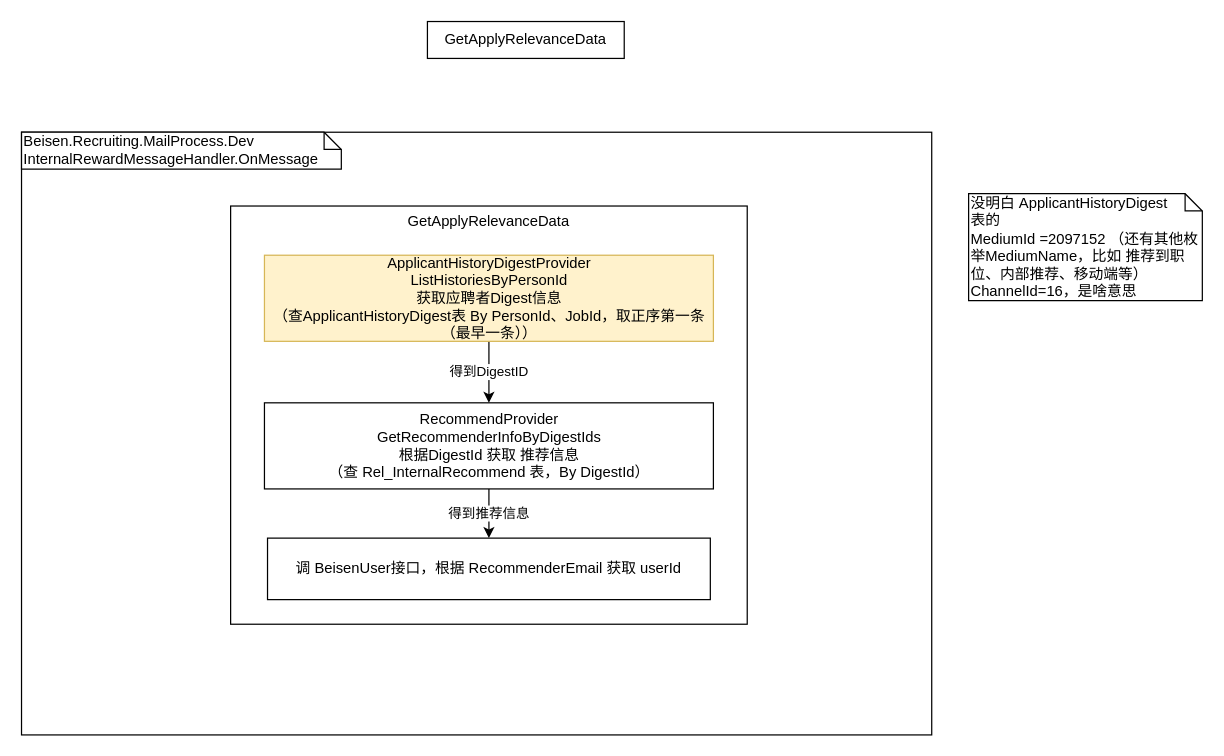
The draw.io diagram 计算推荐人奖励.drawio in Lucas20029/MyDiagrams, before the edit. Source tidied: cells renumbered, new cells numbered last; positions are measured from the earlier drawing's top-left corner, leaving out a move shared by most shapes. Both pictures are drawn from the tidied source at 123%, with x=0, y=0 at pixel (21, 21).
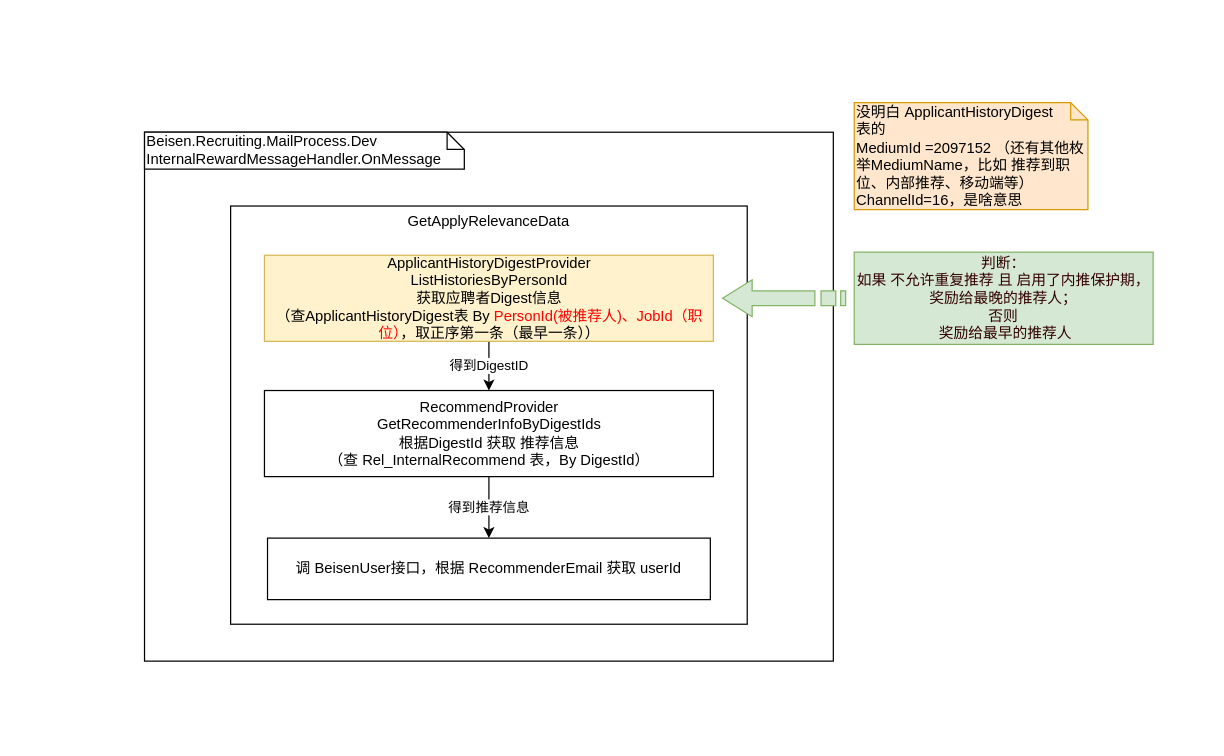
The same diagram, later.

Commit message (it also covers changes not shown here):
Update 计算推荐人奖励.drawio

The edit, as a diff of the source:
```diff
@@
 <mxGraphModel>
   <root>
     <mxCell id="0" />
     <mxCell id="1" parent="0" />
     <mxCell id="2" style="rounded=0;whiteSpace=wrap;html=1;" parent="1" vertex="1">
-      <mxGeometry y="90" width="740" height="490" as="geometry" />
+      <mxGeometry x="100" y="90" width="560" height="430" as="geometry" />
     </mxCell>
     <mxCell id="3" style="rounded=0;whiteSpace=wrap;html=1;" parent="1" vertex="1">
       <mxGeometry x="170" y="150" width="420" height="340" as="geometry" />
     </mxCell>
     <mxCell id="4" value="Beisen.Recruiting.MailProcess.Dev&lt;br&gt;InternalRewardMessageHandler.OnMessage" style="shape=note;whiteSpace=wrap;html=1;size=14;verticalAlign=top;align=left;spacingTop=-6;" parent="1" vertex="1">
-      <mxGeometry y="90" width="260" height="30" as="geometry" />
+      <mxGeometry x="100" y="90" width="260" height="30" as="geometry" />
     </mxCell>
-    <mxCell id="5" value="GetApplyRelevanceData" style="rounded=0;whiteSpace=wrap;html=1;" parent="1" vertex="1">
-      <mxGeometry x="330" width="160" height="30" as="geometry" />
-    </mxCell>
     <mxCell id="6" value="得到DigestID" style="edgeStyle=orthogonalEdgeStyle;rounded=0;jettySize=auto;html=1;" parent="1" edge="1" source="7" target="10">
       <mxGeometry relative="1" as="geometry" />
     </mxCell>
-    <mxCell id="7" value="ApplicantHistoryDigestProvider&lt;br&gt;ListHistoriesByPersonId&lt;br&gt;获取应聘者Digest信息&lt;br&gt;（查ApplicantHistoryDigest表 By PersonId、JobId，取正序第一条（最早一条））" style="rounded=0;whiteSpace=wrap;html=1;fillColor=#fff2cc;strokeColor=#d6b656;" parent="1" vertex="1">
+    <mxCell id="7" value="ApplicantHistoryDigestProvider&lt;br&gt;ListHistoriesByPersonId&lt;br&gt;获取应聘者Digest信息&lt;br&gt;（查ApplicantHistoryDigest表 By &lt;font color=&quot;#ff0000&quot;&gt;PersonId(被推荐人)、JobId（职位）&lt;/font&gt;，取正序第一条（最早一条））" style="rounded=0;whiteSpace=wrap;html=1;fillColor=#fff2cc;strokeColor=#d6b656;" parent="1" vertex="1">
       <mxGeometry x="197.5" y="190" width="365" height="70" as="geometry" />
     </mxCell>
-    <mxCell id="8" value="没明白 ApplicantHistoryDigest &lt;br&gt;表的 &lt;br&gt;MediumId =2097152 （还有其他枚举MediumName，比如 推荐到职位、内部推荐、移动端等）&lt;br&gt;ChannelId=16，是啥意思" style="shape=note;whiteSpace=wrap;html=1;size=14;verticalAlign=top;align=left;spacingTop=-6;" parent="1" vertex="1">
-      <mxGeometry x="770" y="140" width="190" height="87" as="geometry" />
+    <mxCell id="8" value="没明白 ApplicantHistoryDigest &lt;br&gt;表的 &lt;br&gt;MediumId =2097152 （还有其他枚举MediumName，比如 推荐到职位、内部推荐、移动端等）&lt;br&gt;ChannelId=16，是啥意思" style="shape=note;whiteSpace=wrap;html=1;size=14;verticalAlign=top;align=left;spacingTop=-6;fillColor=#ffe6cc;strokeColor=#d79b00;" parent="1" vertex="1">
+      <mxGeometry x="677" y="66" width="190" height="87" as="geometry" />
     </mxCell>
     <mxCell id="9" value="得到推荐信息" style="edgeStyle=orthogonalEdgeStyle;rounded=0;jettySize=auto;html=1;" parent="1" edge="1" source="10" target="11">
       <mxGeometry relative="1" as="geometry" />
     </mxCell>
     <mxCell id="10" value="RecommendProvider&lt;br&gt;GetRecommenderInfoByDigestIds&lt;br&gt;根据DigestId 获取 推荐信息&lt;br&gt;（查 Rel_InternalRecommend 表，By DigestId）" style="rounded=0;whiteSpace=wrap;html=1;" parent="1" vertex="1">
-      <mxGeometry x="197.5" y="310" width="365" height="70" as="geometry" />
+      <mxGeometry x="197.5" y="300" width="365" height="70" as="geometry" />
     </mxCell>
     <mxCell id="11" value="调 BeisenUser接口，根据 RecommenderEmail 获取 userId" style="whiteSpace=wrap;html=1;rounded=0;" parent="1" vertex="1">
       <mxGeometry x="200" y="420" width="360" height="50" as="geometry" />
     </mxCell>
     <mxCell id="12" value="GetApplyRelevanceData" style="text;html=1;strokeColor=none;fillColor=none;align=center;verticalAlign=middle;whiteSpace=wrap;rounded=0;" parent="1" vertex="1">
       <mxGeometry x="360" y="153" width="40" height="20" as="geometry" />
     </mxCell>
+    <mxCell id="13" value="&lt;font color=&quot;#330000&quot;&gt;判断：&lt;br&gt;如果 不允许重复推荐 且 启用了内推保护期，&lt;br&gt;奖励给最晚的推荐人；&lt;br&gt;否则&lt;br&gt;&amp;nbsp;奖励给最早的推荐人&lt;br&gt;&lt;/font&gt;" style="rounded=0;whiteSpace=wrap;html=1;fillColor=#d5e8d4;strokeColor=#82B366;" parent="1" vertex="1">
+      <mxGeometry x="677" y="187.5" width="243" height="75" as="geometry" />
+    </mxCell>
+    <mxCell id="14" style="html=1;shadow=0;dashed=0;align=center;verticalAlign=middle;shape=mxgraph.arrows2.stripedArrow;dy=0.6;dx=24;notch=25;strokeColor=#82b366;rotation=-180;fillColor=#d5e8d4;" parent="1" vertex="1">
+      <mxGeometry x="570" y="210" width="100" height="30" as="geometry" />
+    </mxCell>
   </root>
 </mxGraphModel>
```
